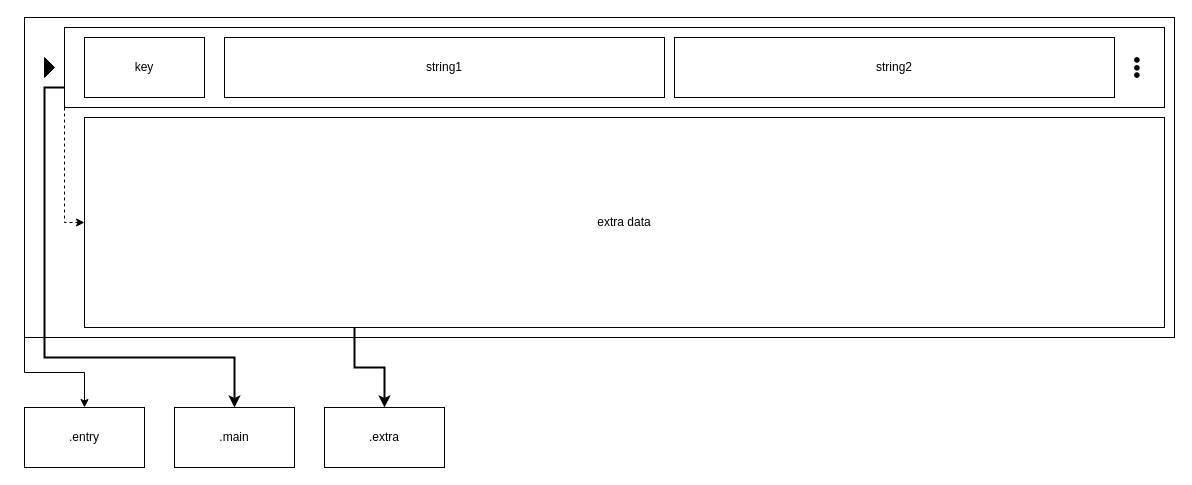
HazemSayad/WebARB keeps this draw.io diagram as sup/layout.drawio. Above is the earlier version. Source tidied: cells renumbered, new cells numbered last; positions are measured from the earlier drawing's top-left corner, leaving out a move shared by most shapes. Both pictures are drawn from the tidied source at 100%, with x=0, y=0 at pixel (24, 17).
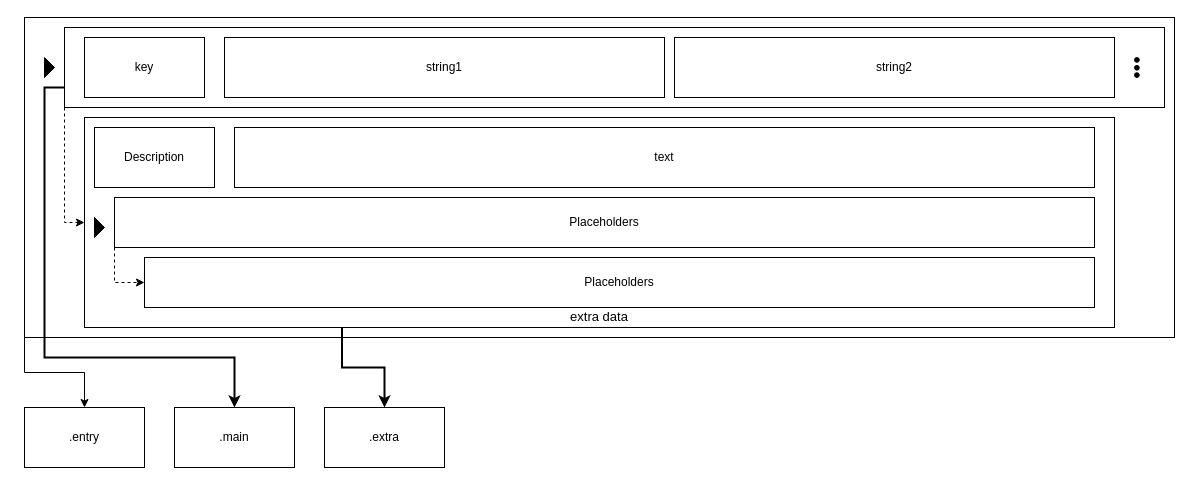
The same diagram, later.

Commit message:
updated layout sup

Unchanged cells that the change refers to:
```xml
<mxCell id="6" style="rounded=0;whiteSpace=wrap;html=1;fillColor=default;" parent="1" vertex="1">
  <mxGeometry x="40" y="10" width="1100" height="80" as="geometry" />
</mxCell>
```

What changed in the source:
```diff
@@
     <mxCell id="4" style="edgeStyle=orthogonalEdgeStyle;rounded=0;jettySize=auto;html=1;exitX=0;exitY=1;exitDx=0;exitDy=0;entryX=0;entryY=0.5;entryDx=0;entryDy=0;strokeWidth=1;dashed=1;" parent="1" edge="1" source="6" target="11">
-      <mxGeometry relative="1" as="geometry" />
+      <mxGeometry relative="1" as="geometry">
+        <Array as="points">
+          <mxPoint x="40" y="205" />
+        </Array>
+      </mxGeometry>
     </mxCell>
@@
-    <mxCell id="11" value="extra data" style="rounded=0;whiteSpace=wrap;html=1;fillColor=default;" parent="1" vertex="1">
-      <mxGeometry x="60" y="100" width="1080" height="210" as="geometry" />
+    <mxCell id="11" value="extra data" style="rounded=0;whiteSpace=wrap;html=1;fillColor=default;verticalAlign=bottom;fontSize=13;" parent="1" vertex="1">
+      <mxGeometry x="60" y="100" width="1030" height="210" as="geometry" />
     </mxCell>
@@
+    <mxCell id="20" value="Description" style="rounded=0;whiteSpace=wrap;html=1;fillColor=default;" parent="1" vertex="1">
+      <mxGeometry x="70" y="110" width="120" height="60" as="geometry" />
+    </mxCell>
+    <mxCell id="21" value="text" style="rounded=0;whiteSpace=wrap;html=1;fillColor=default;" parent="1" vertex="1">
+      <mxGeometry x="210" y="110" width="860" height="60" as="geometry" />
+    </mxCell>
+    <mxCell id="22" value="Placeholders" style="rounded=0;whiteSpace=wrap;html=1;fillColor=default;" parent="1" vertex="1">
+      <mxGeometry x="90" y="180" width="980" height="50" as="geometry" />
+    </mxCell>
+    <mxCell id="23" style="triangle;whiteSpace=wrap;html=1;fillColor=#000000;" parent="1" vertex="1">
+      <mxGeometry x="70" y="200" width="10" height="20" as="geometry" />
+    </mxCell>
+    <mxCell id="24" value="Placeholders" style="rounded=0;whiteSpace=wrap;html=1;fillColor=default;" parent="1" vertex="1">
+      <mxGeometry x="120" y="240" width="950" height="50" as="geometry" />
+    </mxCell>
+    <mxCell id="25" style="edgeStyle=orthogonalEdgeStyle;rounded=0;jettySize=auto;html=1;exitX=0;exitY=1;exitDx=0;exitDy=0;entryX=0;entryY=0.5;entryDx=0;entryDy=0;strokeWidth=1;dashed=1;" parent="1" edge="1" source="22" target="24">
+      <mxGeometry relative="1" as="geometry">
+        <Array as="points">
+          <mxPoint x="90" y="265" />
+        </Array>
+      </mxGeometry>
+    </mxCell>
```
